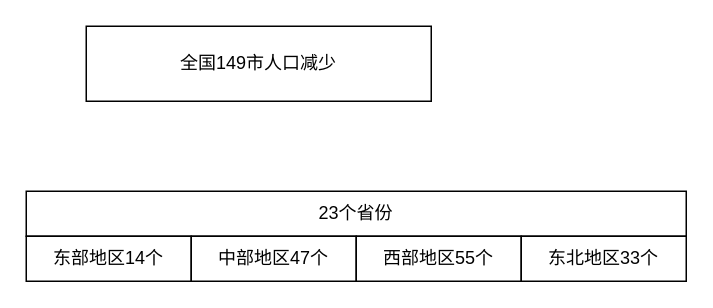
Above: 人口迁徙.drawio in UTOUUCENTER-CD/Adv-Mathematics (draw.io), before the change. Source tidied: cells renumbered, new cells numbered last; positions are measured from the earlier drawing's top-left corner, leaving out a move shared by most shapes. Both pictures are drawn from the tidied source at 150%, with x=0, y=0 at pixel (26, 26).
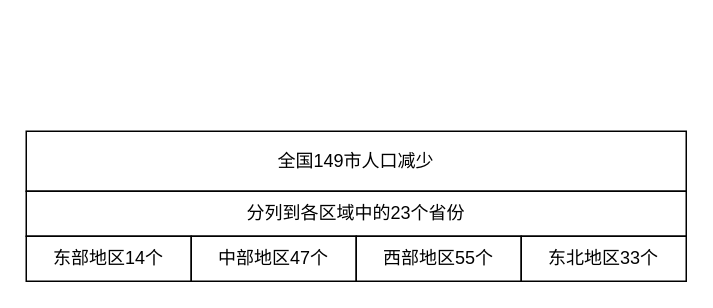
The same diagram, later.

What changed in the source:
```diff
@@
 <mxGraphModel>
   <root>
     <mxCell id="0" />
     <mxCell id="1" parent="0" />
     <mxCell id="2" value="全国149市人口减少" style="rounded=0;whiteSpace=wrap;html=1;" parent="1" vertex="1">
-      <mxGeometry x="40" width="230" height="50" as="geometry" />
+      <mxGeometry y="70" width="440" height="40" as="geometry" />
     </mxCell>
-    <mxCell id="3" value="23个省份" style="rounded=0;whiteSpace=wrap;html=1;" parent="1" vertex="1">
+    <mxCell id="3" value="分列到各区域中的23个省份" style="rounded=0;whiteSpace=wrap;html=1;" parent="1" vertex="1">
       <mxGeometry y="110" width="440" height="30" as="geometry" />
     </mxCell>
     <mxCell id="4" value="东部地区14个" style="rounded=0;whiteSpace=wrap;html=1;" parent="1" vertex="1">
       <mxGeometry y="140" width="110" height="30" as="geometry" />
     </mxCell>
     <mxCell id="5" value="中部地区47个" style="rounded=0;whiteSpace=wrap;html=1;" parent="1" vertex="1">
       <mxGeometry x="110" y="140" width="110" height="30" as="geometry" />
     </mxCell>
     <mxCell id="6" value="西部地区55个" style="rounded=0;whiteSpace=wrap;html=1;" parent="1" vertex="1">
       <mxGeometry x="220" y="140" width="110" height="30" as="geometry" />
     </mxCell>
     <mxCell id="7" value="东北地区33个" style="rounded=0;whiteSpace=wrap;html=1;" parent="1" vertex="1">
       <mxGeometry x="330" y="140" width="110" height="30" as="geometry" />
     </mxCell>
   </root>
 </mxGraphModel>
```
